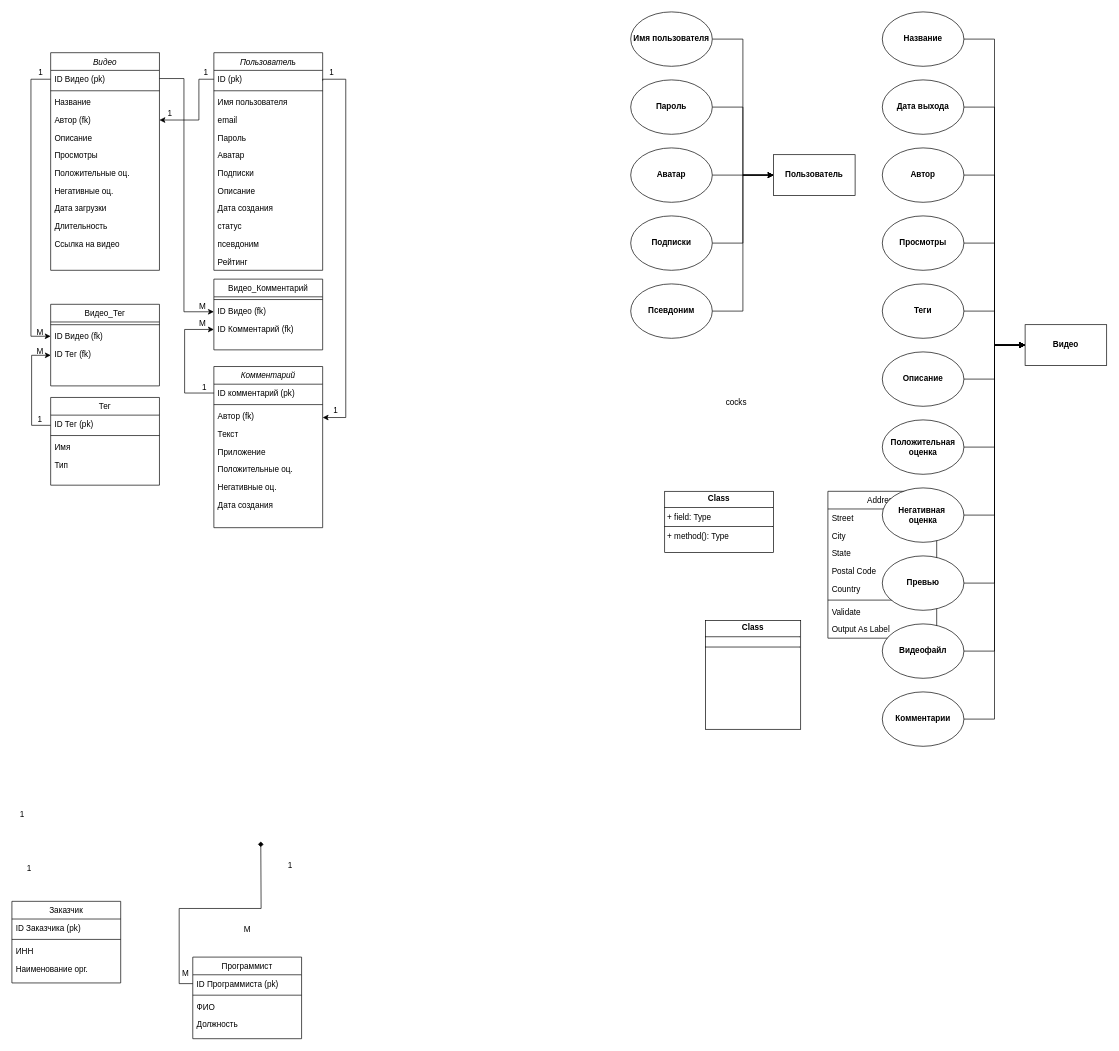
This is page "база данных" (7 of 11) of documentation/cursach 2nd diagrams EIMP YT202.drawio from Axemer/VideoHostingDev, a draw.io file, before an edit. Source tidied: cells renumbered, new cells numbered last; positions are measured from the earlier drawing's top-left corner, leaving out a move shared by most shapes. Both pictures are drawn from the tidied source at 68%, with x=0, y=0 at pixel (12, 12).
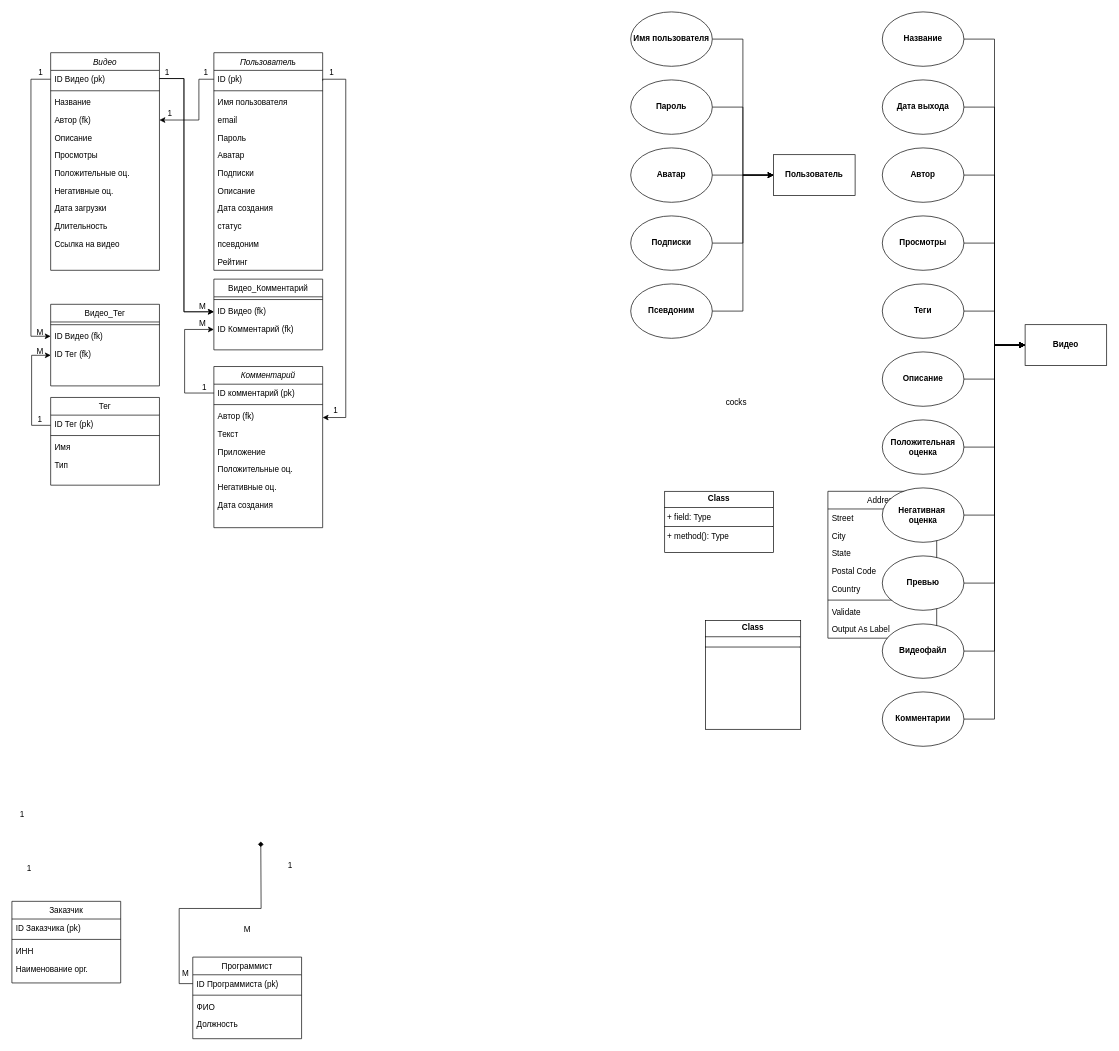
The same diagram, later.

What changed in the source:
```diff
@@
+    <mxCell id="128" style="edgeStyle=orthogonalEdgeStyle;rounded=0;orthogonalLoop=1;jettySize=auto;html=1;" parent="1" edge="1">
+      <mxGeometry relative="1" as="geometry">
+        <mxPoint x="217" y="98" as="sourcePoint" />
+        <mxPoint x="297" y="441" as="targetPoint" />
+        <Array as="points">
+          <mxPoint x="253" y="98" />
+          <mxPoint x="253" y="441" />
+        </Array>
+      </mxGeometry>
+    </mxCell>
+    <mxCell id="129" value="1" style="text;html=1;align=center;verticalAlign=middle;strokeColor=none;fillColor=none;" parent="1" vertex="1">
+      <mxGeometry x="215" y="77" width="25" height="26" as="geometry" />
+    </mxCell>
```
